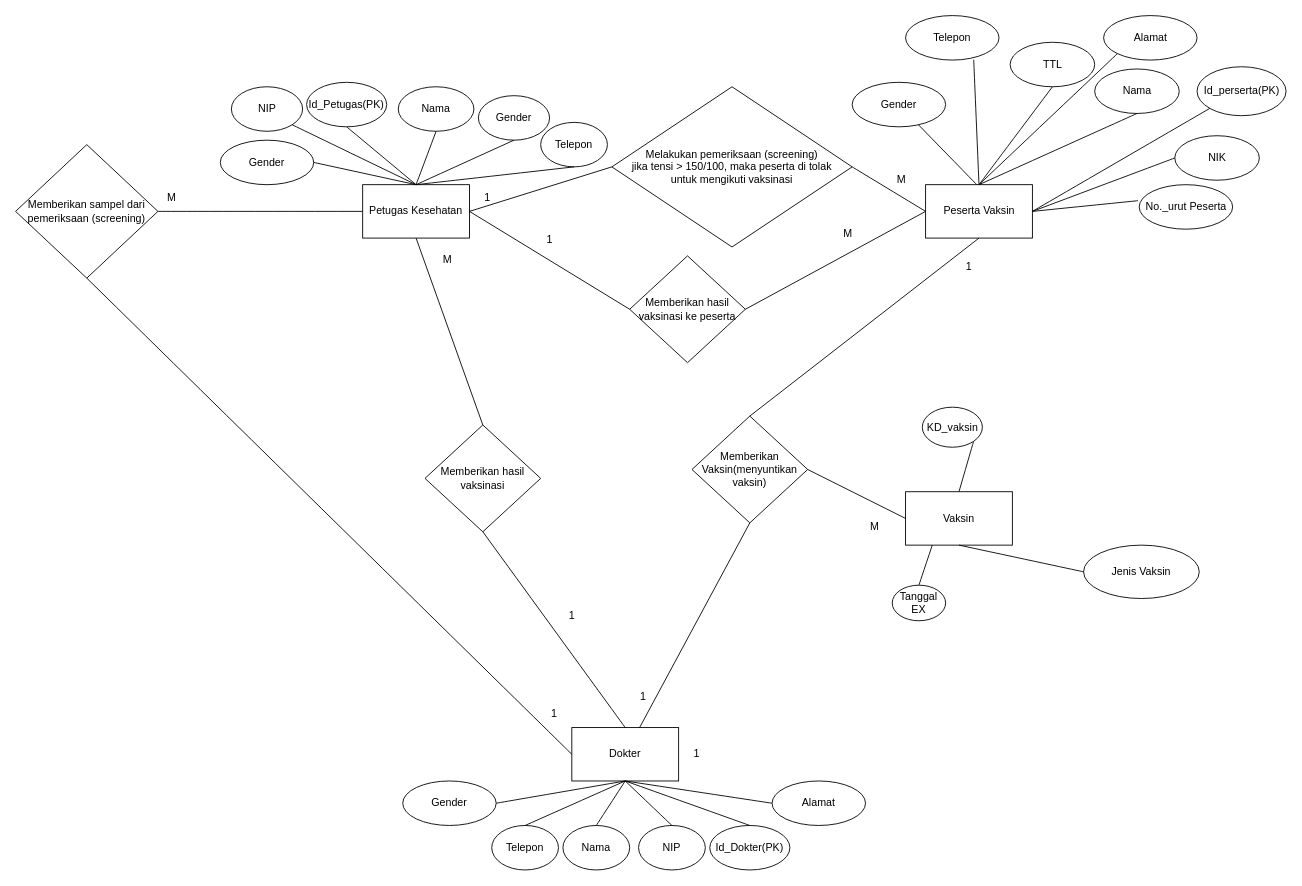
The draw.io diagram page "ERD Tugas besar" (1 of 6) of ERDtugas.drawio in Malikdeensial/RekammedisRumahsehatXYZ, before the edit. Source tidied: cells renumbered, new cells numbered last; positions are measured from the earlier drawing's top-left corner, leaving out a move shared by most shapes. Both pictures are drawn from the tidied source at 89%, with x=0, y=0 at pixel (15, 15).
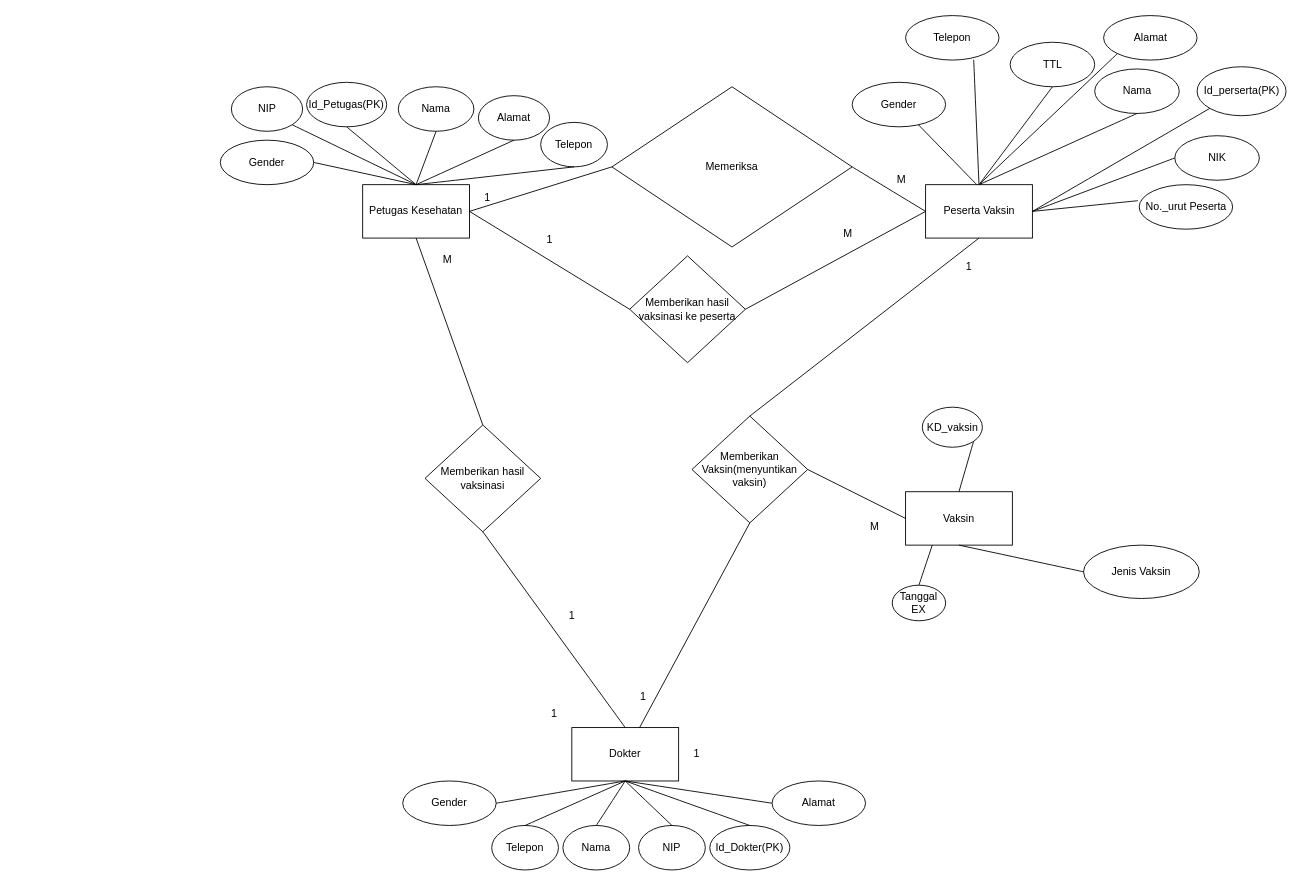
Above is the later version.

The change refers to these unchanged cells:
```xml
<mxCell id="3" value="Petugas Kesehatan" style="rounded=0;whiteSpace=wrap;html=1;" parent="1" vertex="1">
  <mxGeometry x="390" y="190" width="120" height="60" as="geometry" />
</mxCell>
<mxCell id="4" value="Dokter" style="rounded=0;whiteSpace=wrap;html=1;" parent="1" vertex="1">
  <mxGeometry x="625" y="800" width="120" height="60" as="geometry" />
</mxCell>
```

Change to the diagram source:
```diff
@@
-    <mxCell id="11" style="endArrow=none;html=1;strokeColor=default;curved=1;entryX=0;entryY=0.5;entryDx=0;entryDy=0;exitX=1;exitY=0.5;exitDx=0;exitDy=0;" parent="1" edge="1" source="12" target="3">
-      <mxGeometry relative="1" as="geometry" />
-    </mxCell>
-    <mxCell id="12" value="Memberikan sampel dari pemeriksaan (screening)" style="rhombus;whiteSpace=wrap;html=1;" parent="1" vertex="1">
-      <mxGeometry y="145" width="160" height="150" as="geometry" />
-    </mxCell>
-    <mxCell id="13" style="endArrow=none;html=1;strokeColor=default;curved=1;entryX=0.5;entryY=1;entryDx=0;entryDy=0;exitX=0;exitY=0.5;exitDx=0;exitDy=0;" parent="1" edge="1" source="4" target="12">
-      <mxGeometry relative="1" as="geometry" />
-    </mxCell>
@@
-    <mxCell id="16" value="M" style="text;html=1;align=center;verticalAlign=middle;strokeColor=none;fillColor=none;" parent="1" vertex="1">
-      <mxGeometry x="160" y="190" width="30" height="30" as="geometry" />
-    </mxCell>
@@
-    <mxCell id="54" value="Gender" style="ellipse;whiteSpace=wrap;html=1;" parent="1" vertex="1">
+    <mxCell id="54" value="Alamat" style="ellipse;whiteSpace=wrap;html=1;" parent="1" vertex="1">
       <mxGeometry x="520" y="90" width="80" height="50" as="geometry" />
     </mxCell>
@@
-    <mxCell id="63" value="Melakukan pemeriksaan (screening)&lt;br&gt;jika tensi &amp;gt; 150/100, maka peserta di tolak&lt;br&gt;untuk mengikuti vaksinasi" style="rhombus;whiteSpace=wrap;html=1;" parent="1" vertex="1">
+    <mxCell id="63" value="Memeriksa" style="rhombus;whiteSpace=wrap;html=1;" parent="1" vertex="1">
       <mxGeometry x="670" y="80" width="270" height="180" as="geometry" />
     </mxCell>
```
